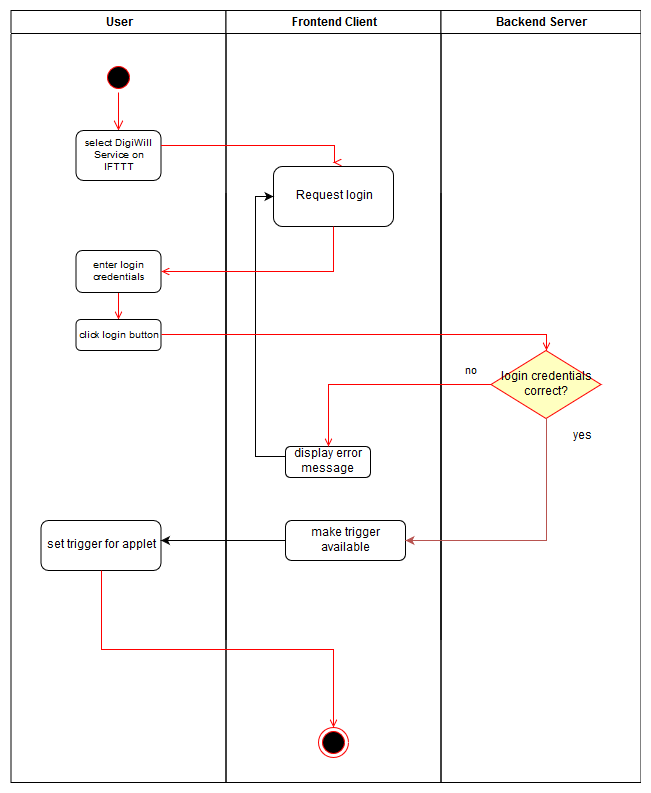
The draw.io diagram ActivityDiagrams/connect_IFTTT.png in DigiWill-dhbw/Documentation, before a commit. Source tidied: cells renumbered, new cells last; positions are measured from the earlier drawing's top-left corner, leaving out a move shared by most shapes. The source it was exported from:
```xml
<mxGraphModel>
  <root>
    <mxCell id="0" />
    <mxCell id="1" parent="0" />
    <mxCell id="2" value="User" style="swimlane;whiteSpace=wrap;" parent="1" vertex="1">
      <mxGeometry x="0.5" width="215" height="772" as="geometry" />
    </mxCell>
    <mxCell id="3" style="ellipse;shape=startState;fillColor=#000000;strokeColor=#ff0000;" parent="2" vertex="1">
      <mxGeometry x="92.5" y="52" width="30" height="30" as="geometry" />
    </mxCell>
    <mxCell id="4" style="edgeStyle=elbowEdgeStyle;elbow=horizontal;verticalAlign=bottom;endArrow=open;endSize=8;strokeColor=#FF0000;endFill=1;rounded=0;" parent="2" edge="1" source="3">
      <mxGeometry x="92.5" y="50" as="geometry">
        <mxPoint x="107.5" y="120" as="targetPoint" />
      </mxGeometry>
    </mxCell>
    <mxCell id="5" value="&lt;div&gt;select DigiWill Service on IFTTT&lt;/div&gt;" style="rounded=1;fontSize=10;align=center;html=1;whiteSpace=wrap;" parent="2" vertex="1">
      <mxGeometry x="65" y="120" width="85" height="50" as="geometry" />
    </mxCell>
    <mxCell id="6" style="edgeStyle=orthogonalEdgeStyle;rounded=0;html=1;entryX=0.5;entryY=0;endArrow=open;endFill=0;jettySize=auto;strokeColor=#FF0000;" parent="2" edge="1" source="7" target="8">
      <mxGeometry relative="1" as="geometry" />
    </mxCell>
    <mxCell id="7" value="&lt;div&gt;enter login credentials&lt;/div&gt;" style="rounded=1;fontSize=10;align=center;html=1;whiteSpace=wrap;" parent="2" vertex="1">
      <mxGeometry x="65" y="240" width="85" height="42" as="geometry" />
    </mxCell>
    <mxCell id="8" value="click login button" style="rounded=1;fontSize=10;align=center;html=1;whiteSpace=wrap;" parent="2" vertex="1">
      <mxGeometry x="65" y="309" width="85" height="31" as="geometry" />
    </mxCell>
    <mxCell id="9" value="set trigger for applet" style="rounded=1;whiteSpace=wrap;html=1;" parent="2" vertex="1">
      <mxGeometry x="30" y="510" width="120" height="50" as="geometry" />
    </mxCell>
    <mxCell id="10" value="Frontend Client" style="swimlane;whiteSpace=wrap;" parent="1" vertex="1">
      <mxGeometry x="215.5" width="215" height="772" as="geometry" />
    </mxCell>
    <mxCell id="11" style="endArrow=none;html=1;" parent="10" edge="1">
      <mxGeometry relative="1" as="geometry">
        <mxPoint y="630" as="sourcePoint" />
        <mxPoint y="182" as="targetPoint" />
      </mxGeometry>
    </mxCell>
    <mxCell id="12" style="ellipse;shape=endState;fillColor=#000000;strokeColor=#ff0000;" parent="10" vertex="1">
      <mxGeometry x="92.5" y="717" width="30" height="30" as="geometry" />
    </mxCell>
    <mxCell id="13" value="&lt;div style=&quot;text-align: center&quot;&gt;&lt;span&gt;&lt;font style=&quot;font-size: 12px&quot;&gt;display error message&lt;/font&gt;&lt;/span&gt;&lt;/div&gt;" style="rounded=1;fontSize=10;align=center;html=1;whiteSpace=wrap;" parent="10" vertex="1">
      <mxGeometry x="59.5" y="436" width="85" height="31" as="geometry" />
    </mxCell>
    <mxCell id="14" value="make trigger available" style="rounded=1;whiteSpace=wrap;html=1;" parent="10" vertex="1">
      <mxGeometry x="59.5" y="510" width="120" height="40" as="geometry" />
    </mxCell>
    <mxCell id="15" value="Request login" style="rounded=1;whiteSpace=wrap;html=1;" parent="10" vertex="1">
      <mxGeometry x="47.5" y="156" width="120" height="60" as="geometry" />
    </mxCell>
    <mxCell id="16" style="edgeStyle=orthogonalEdgeStyle;rounded=0;jettySize=auto;html=1;entryX=0;entryY=0.5;entryDx=0;entryDy=0;" parent="10" edge="1" source="13" target="15">
      <mxGeometry relative="1" as="geometry">
        <Array as="points">
          <mxPoint x="29" y="446" />
          <mxPoint x="29" y="186" />
        </Array>
      </mxGeometry>
    </mxCell>
    <mxCell id="17" value="Backend Server" style="swimlane;whiteSpace=wrap;" parent="1" vertex="1">
      <mxGeometry x="430.5" width="200" height="772" as="geometry" />
    </mxCell>
    <mxCell id="18" style="endArrow=none;html=1;" parent="17" edge="1">
      <mxGeometry relative="1" as="geometry">
        <mxPoint y="630" as="sourcePoint" />
        <mxPoint y="182" as="targetPoint" />
      </mxGeometry>
    </mxCell>
    <mxCell id="19" value="&lt;font style=&quot;font-size: 10px&quot;&gt;yes&lt;/font&gt;" style="edgeStyle=orthogonalEdgeStyle;html=1;align=left;verticalAlign=top;endArrow=open;endSize=8;strokeColor=#ff0000;rounded=0;" parent="17" edge="1">
      <mxGeometry x="-1" relative="1" as="geometry">
        <mxPoint x="-163" y="342" as="targetPoint" />
        <Array as="points">
          <mxPoint x="-126" y="322" />
          <mxPoint x="-163" y="322" />
        </Array>
      </mxGeometry>
    </mxCell>
    <mxCell id="20" value="login credentials correct?" style="rhombus;whiteSpace=wrap;html=1;fillColor=#ffffc0;strokeColor=#ff0000;" parent="17" vertex="1">
      <mxGeometry x="50" y="340" width="110" height="68" as="geometry" />
    </mxCell>
    <mxCell id="21" value="&lt;div&gt;yes&lt;/div&gt;" style="text;html=1;strokeColor=none;fillColor=none;align=center;verticalAlign=middle;whiteSpace=wrap;rounded=0;" parent="17" vertex="1">
      <mxGeometry x="120.5" y="416" width="40" height="20" as="geometry" />
    </mxCell>
    <mxCell id="22" style="edgeStyle=orthogonalEdgeStyle;rounded=0;html=1;entryX=0.5;entryY=0;jettySize=auto;strokeColor=#FF0000;endArrow=open;endFill=0;" parent="1" edge="1" source="5">
      <mxGeometry relative="1" as="geometry">
        <mxPoint x="323" y="152" as="targetPoint" />
        <Array as="points">
          <mxPoint x="323.5" y="135" />
        </Array>
      </mxGeometry>
    </mxCell>
    <mxCell id="23" style="edgeStyle=orthogonalEdgeStyle;rounded=0;html=1;endArrow=open;endFill=0;jettySize=auto;strokeColor=#FF0000;entryX=1;entryY=0.5;exitX=0.5;exitY=1;exitDx=0;exitDy=0;" parent="1" edge="1" source="15" target="7">
      <mxGeometry relative="1" as="geometry">
        <Array as="points">
          <mxPoint x="323" y="261" />
        </Array>
      </mxGeometry>
    </mxCell>
    <mxCell id="24" style="edgeStyle=orthogonalEdgeStyle;rounded=0;html=1;entryX=0.5;entryY=0;endArrow=open;endFill=0;jettySize=auto;strokeColor=#FF0000;" parent="1" edge="1" target="20">
      <mxGeometry relative="1" as="geometry">
        <mxPoint x="150.5" y="324" as="sourcePoint" />
        <Array as="points">
          <mxPoint x="206.5" y="324" />
          <mxPoint x="317.5" y="324" />
        </Array>
      </mxGeometry>
    </mxCell>
    <mxCell id="25" value="no" style="edgeStyle=orthogonalEdgeStyle;rounded=0;html=1;entryX=0.5;entryY=0;endArrow=open;endFill=0;jettySize=auto;strokeColor=#FF0000;" parent="1" edge="1" source="20" target="13">
      <mxGeometry x="-0.82" y="-14" relative="1" as="geometry" />
    </mxCell>
    <mxCell id="26" style="edgeStyle=orthogonalEdgeStyle;rounded=0;jettySize=auto;html=1;entryX=1;entryY=0.5;entryDx=0;entryDy=0;fillColor=#f8cecc;strokeColor=#b85450;" parent="1" edge="1" source="20" target="14">
      <mxGeometry relative="1" as="geometry">
        <Array as="points">
          <mxPoint x="535.5" y="530" />
        </Array>
      </mxGeometry>
    </mxCell>
    <mxCell id="27" style="edgeStyle=orthogonalEdgeStyle;rounded=0;jettySize=auto;html=1;" parent="1" edge="1" source="14">
      <mxGeometry relative="1" as="geometry">
        <mxPoint x="150.5" y="530" as="targetPoint" />
      </mxGeometry>
    </mxCell>
    <mxCell id="28" style="edgeStyle=orthogonalEdgeStyle;rounded=0;html=1;entryX=0.5;entryY=0;endArrow=open;endFill=0;jettySize=auto;strokeColor=#FF0000;exitX=0.5;exitY=1;exitDx=0;exitDy=0;" parent="1" edge="1" source="9" target="12">
      <mxGeometry relative="1" as="geometry" />
    </mxCell>
  </root>
</mxGraphModel>
```
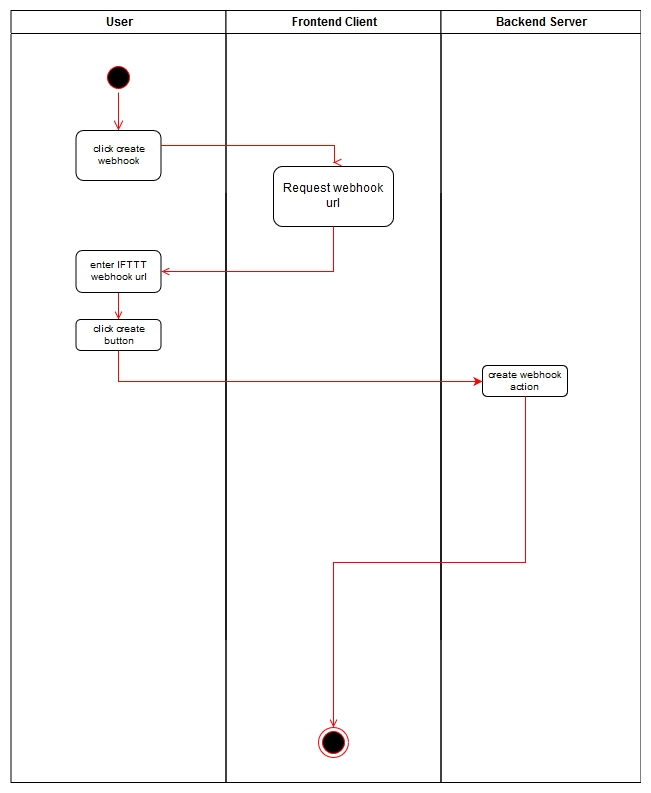
The same file after the commit.

Commit message:
Update connect_IFTTT activity diagram

Change to the diagram source:
```diff
@@ -13,21 +13,18 @@
         <mxPoint x="107.5" y="120" as="targetPoint" />
       </mxGeometry>
     </mxCell>
-    <mxCell id="5" value="&lt;div&gt;select DigiWill Service on IFTTT&lt;/div&gt;" style="rounded=1;fontSize=10;align=center;html=1;whiteSpace=wrap;" parent="2" vertex="1">
+    <mxCell id="5" value="click create webhook" style="rounded=1;fontSize=10;align=center;html=1;whiteSpace=wrap;" parent="2" vertex="1">
       <mxGeometry x="65" y="120" width="85" height="50" as="geometry" />
     </mxCell>
     <mxCell id="6" style="edgeStyle=orthogonalEdgeStyle;rounded=0;html=1;entryX=0.5;entryY=0;endArrow=open;endFill=0;jettySize=auto;strokeColor=#FF0000;" parent="2" edge="1" source="7" target="8">
       <mxGeometry relative="1" as="geometry" />
     </mxCell>
-    <mxCell id="7" value="&lt;div&gt;enter login credentials&lt;/div&gt;" style="rounded=1;fontSize=10;align=center;html=1;whiteSpace=wrap;" parent="2" vertex="1">
+    <mxCell id="7" value="enter IFTTT webhook url" style="rounded=1;fontSize=10;align=center;html=1;whiteSpace=wrap;" parent="2" vertex="1">
       <mxGeometry x="65" y="240" width="85" height="42" as="geometry" />
     </mxCell>
-    <mxCell id="8" value="click login button" style="rounded=1;fontSize=10;align=center;html=1;whiteSpace=wrap;" parent="2" vertex="1">
+    <mxCell id="8" value="click create button" style="rounded=1;fontSize=10;align=center;html=1;whiteSpace=wrap;" parent="2" vertex="1">
       <mxGeometry x="65" y="309" width="85" height="31" as="geometry" />
     </mxCell>
-    <mxCell id="9" value="set trigger for applet" style="rounded=1;whiteSpace=wrap;html=1;" parent="2" vertex="1">
-      <mxGeometry x="30" y="510" width="120" height="50" as="geometry" />
-    </mxCell>
     <mxCell id="10" value="Frontend Client" style="swimlane;whiteSpace=wrap;" parent="1" vertex="1">
       <mxGeometry x="215.5" width="215" height="772" as="geometry" />
     </mxCell>
@@ -40,23 +37,9 @@
     <mxCell id="12" style="ellipse;shape=endState;fillColor=#000000;strokeColor=#ff0000;" parent="10" vertex="1">
       <mxGeometry x="92.5" y="717" width="30" height="30" as="geometry" />
     </mxCell>
-    <mxCell id="13" value="&lt;div style=&quot;text-align: center&quot;&gt;&lt;span&gt;&lt;font style=&quot;font-size: 12px&quot;&gt;display error message&lt;/font&gt;&lt;/span&gt;&lt;/div&gt;" style="rounded=1;fontSize=10;align=center;html=1;whiteSpace=wrap;" parent="10" vertex="1">
-      <mxGeometry x="59.5" y="436" width="85" height="31" as="geometry" />
-    </mxCell>
-    <mxCell id="14" value="make trigger available" style="rounded=1;whiteSpace=wrap;html=1;" parent="10" vertex="1">
-      <mxGeometry x="59.5" y="510" width="120" height="40" as="geometry" />
-    </mxCell>
-    <mxCell id="15" value="Request login" style="rounded=1;whiteSpace=wrap;html=1;" parent="10" vertex="1">
-      <mxGeometry x="47.5" y="156" width="120" height="60" as="geometry" />
-    </mxCell>
-    <mxCell id="16" style="edgeStyle=orthogonalEdgeStyle;rounded=0;jettySize=auto;html=1;entryX=0;entryY=0.5;entryDx=0;entryDy=0;" parent="10" edge="1" source="13" target="15">
-      <mxGeometry relative="1" as="geometry">
-        <Array as="points">
-          <mxPoint x="29" y="446" />
-          <mxPoint x="29" y="186" />
-        </Array>
-      </mxGeometry>
-    </mxCell>
+    <mxCell id="29" value="Request webhook url" style="rounded=1;whiteSpace=wrap;html=1;" parent="10" vertex="1">
+      <mxGeometry x="47.5" y="156" width="120" height="60" as="geometry" />
+    </mxCell>
     <mxCell id="17" value="Backend Server" style="swimlane;whiteSpace=wrap;" parent="1" vertex="1">
       <mxGeometry x="430.5" width="200" height="772" as="geometry" />
     </mxCell>
@@ -75,12 +58,9 @@
         </Array>
       </mxGeometry>
     </mxCell>
-    <mxCell id="20" value="login credentials correct?" style="rhombus;whiteSpace=wrap;html=1;fillColor=#ffffc0;strokeColor=#ff0000;" parent="17" vertex="1">
-      <mxGeometry x="50" y="340" width="110" height="68" as="geometry" />
-    </mxCell>
-    <mxCell id="21" value="&lt;div&gt;yes&lt;/div&gt;" style="text;html=1;strokeColor=none;fillColor=none;align=center;verticalAlign=middle;whiteSpace=wrap;rounded=0;" parent="17" vertex="1">
-      <mxGeometry x="120.5" y="416" width="40" height="20" as="geometry" />
-    </mxCell>
+    <mxCell id="30" value="create webhook action" style="rounded=1;fontSize=10;align=center;html=1;whiteSpace=wrap;" parent="17" vertex="1">
+      <mxGeometry x="41.5" y="355" width="85" height="31" as="geometry" />
+    </mxCell>
     <mxCell id="22" style="edgeStyle=orthogonalEdgeStyle;rounded=0;html=1;entryX=0.5;entryY=0;jettySize=auto;strokeColor=#FF0000;endArrow=open;endFill=0;" parent="1" edge="1" source="5">
       <mxGeometry relative="1" as="geometry">
         <mxPoint x="323" y="152" as="targetPoint" />
@@ -89,39 +69,23 @@
         </Array>
       </mxGeometry>
     </mxCell>
-    <mxCell id="23" style="edgeStyle=orthogonalEdgeStyle;rounded=0;html=1;endArrow=open;endFill=0;jettySize=auto;strokeColor=#FF0000;entryX=1;entryY=0.5;exitX=0.5;exitY=1;exitDx=0;exitDy=0;" parent="1" edge="1" source="15" target="7">
+    <mxCell id="23" style="edgeStyle=orthogonalEdgeStyle;rounded=0;html=1;endArrow=open;endFill=0;jettySize=auto;strokeColor=#FF0000;entryX=1;entryY=0.5;exitX=0.5;exitY=1;exitDx=0;exitDy=0;" parent="1" edge="1" target="7">
       <mxGeometry relative="1" as="geometry">
+        <mxPoint x="323" y="216" as="sourcePoint" />
         <Array as="points">
           <mxPoint x="323" y="261" />
         </Array>
       </mxGeometry>
     </mxCell>
-    <mxCell id="24" style="edgeStyle=orthogonalEdgeStyle;rounded=0;html=1;entryX=0.5;entryY=0;endArrow=open;endFill=0;jettySize=auto;strokeColor=#FF0000;" parent="1" edge="1" target="20">
-      <mxGeometry relative="1" as="geometry">
-        <mxPoint x="150.5" y="324" as="sourcePoint" />
-        <Array as="points">
-          <mxPoint x="206.5" y="324" />
-          <mxPoint x="317.5" y="324" />
-        </Array>
-      </mxGeometry>
-    </mxCell>
-    <mxCell id="25" value="no" style="edgeStyle=orthogonalEdgeStyle;rounded=0;html=1;entryX=0.5;entryY=0;endArrow=open;endFill=0;jettySize=auto;strokeColor=#FF0000;" parent="1" edge="1" source="20" target="13">
-      <mxGeometry x="-0.82" y="-14" relative="1" as="geometry" />
-    </mxCell>
-    <mxCell id="26" style="edgeStyle=orthogonalEdgeStyle;rounded=0;jettySize=auto;html=1;entryX=1;entryY=0.5;entryDx=0;entryDy=0;fillColor=#f8cecc;strokeColor=#b85450;" parent="1" edge="1" source="20" target="14">
-      <mxGeometry relative="1" as="geometry">
-        <Array as="points">
-          <mxPoint x="535.5" y="530" />
-        </Array>
-      </mxGeometry>
-    </mxCell>
-    <mxCell id="27" style="edgeStyle=orthogonalEdgeStyle;rounded=0;jettySize=auto;html=1;" parent="1" edge="1" source="14">
-      <mxGeometry relative="1" as="geometry">
-        <mxPoint x="150.5" y="530" as="targetPoint" />
-      </mxGeometry>
-    </mxCell>
-    <mxCell id="28" style="edgeStyle=orthogonalEdgeStyle;rounded=0;html=1;entryX=0.5;entryY=0;endArrow=open;endFill=0;jettySize=auto;strokeColor=#FF0000;exitX=0.5;exitY=1;exitDx=0;exitDy=0;" parent="1" edge="1" source="9" target="12">
+    <mxCell id="28" style="edgeStyle=orthogonalEdgeStyle;rounded=0;html=1;entryX=0.5;entryY=0;endArrow=open;endFill=0;jettySize=auto;strokeColor=#FF0000;exitX=0.5;exitY=1;exitDx=0;exitDy=0;" parent="1" edge="1" source="30" target="12">
       <mxGeometry relative="1" as="geometry" />
     </mxCell>
+    <mxCell id="31" style="edgeStyle=orthogonalEdgeStyle;rounded=0;jettySize=auto;html=1;strokeColor=#FF0000;" parent="1" edge="1" source="8" target="30">
+      <mxGeometry relative="1" as="geometry">
+        <Array as="points">
+          <mxPoint x="108" y="371" />
+        </Array>
+      </mxGeometry>
+    </mxCell>
   </root>
 </mxGraphModel>
```
